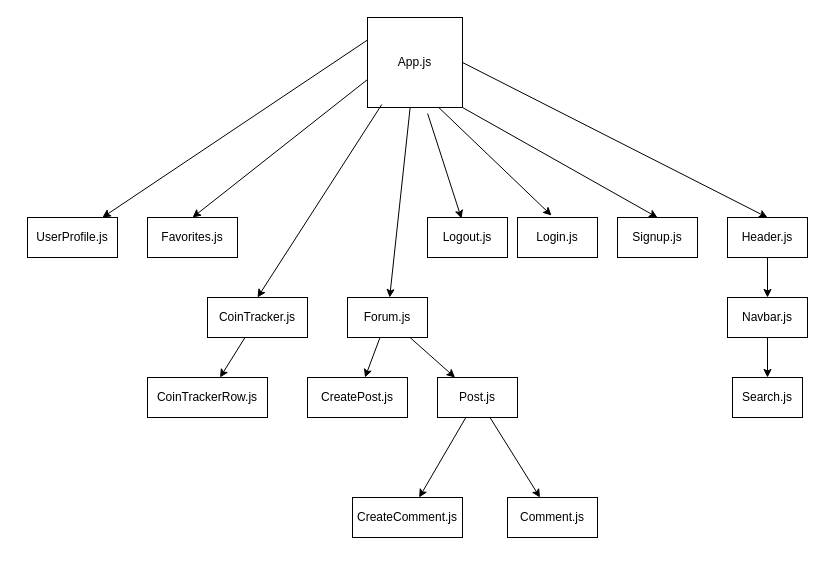
Above: page "React components" (2 of 2) of association-diagram.drawio in mikestarrdev/Crypto-Portal (draw.io), before the change. Source tidied: cells renumbered, new cells numbered last; positions are measured from the earlier drawing's top-left corner, leaving out a move shared by most shapes. Both pictures are drawn from the tidied source at 100%, with x=0, y=0 at pixel (27, 17).
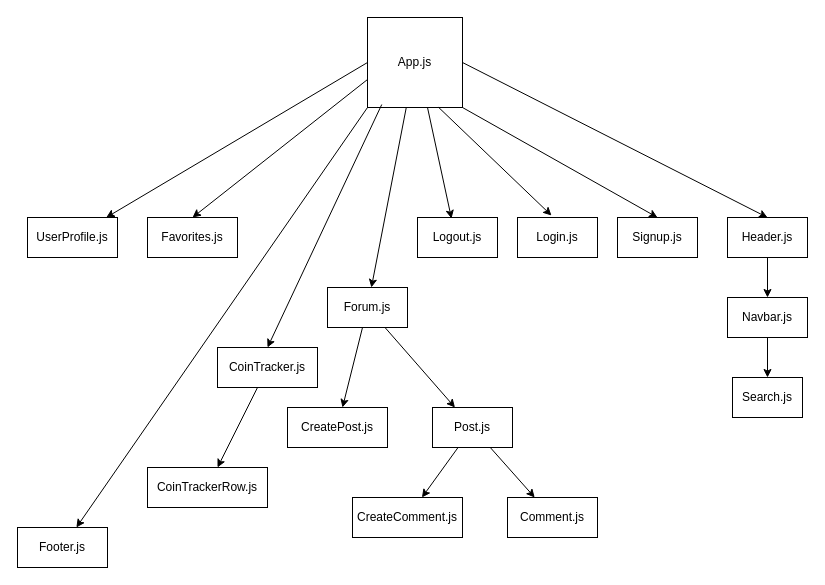
After the change.

The change refers to these unchanged cells:
```xml
<mxCell id="5" value="App.js" style="rounded=0;whiteSpace=wrap;html=1;" parent="1" vertex="1">
  <mxGeometry x="340" width="95" height="90" as="geometry" />
</mxCell>
<mxCell id="28" value="UserProfile.js" style="rounded=0;whiteSpace=wrap;html=1;" parent="1" vertex="1">
  <mxGeometry y="200" width="90" height="40" as="geometry" />
</mxCell>
```

Change to the diagram source:
```diff
@@
-    <mxCell id="4" style="edgeStyle=none;html=1;exitX=0;exitY=0.25;exitDx=0;exitDy=0;" parent="1" edge="1" source="5" target="28">
+    <mxCell id="4" style="edgeStyle=none;html=1;exitX=0;exitY=0.5;exitDx=0;exitDy=0;" parent="1" edge="1" source="5" target="28">
       <mxGeometry relative="1" as="geometry" />
     </mxCell>
+    <mxCell id="33" style="edgeStyle=none;html=1;exitX=0;exitY=1;exitDx=0;exitDy=0;" parent="1" edge="1" source="5" target="34">
+      <mxGeometry relative="1" as="geometry" />
+    </mxCell>
@@
     <mxCell id="14" value="CoinTracker.js" style="rounded=0;whiteSpace=wrap;html=1;" parent="1" vertex="1">
-      <mxGeometry x="180" y="280" width="100" height="40" as="geometry" />
+      <mxGeometry x="190" y="330" width="100" height="40" as="geometry" />
     </mxCell>
@@
     <mxCell id="19" value="Forum.js" style="rounded=0;whiteSpace=wrap;html=1;" parent="1" vertex="1">
-      <mxGeometry x="320" y="280" width="80" height="40" as="geometry" />
+      <mxGeometry x="300" y="270" width="80" height="40" as="geometry" />
     </mxCell>
     <mxCell id="20" value="CreatePost.js" style="rounded=0;whiteSpace=wrap;html=1;" parent="1" vertex="1">
-      <mxGeometry x="280" y="360" width="100" height="40" as="geometry" />
+      <mxGeometry x="260" y="390" width="100" height="40" as="geometry" />
     </mxCell>
@@
     <mxCell id="25" value="Post.js" style="rounded=0;whiteSpace=wrap;html=1;" parent="1" vertex="1">
-      <mxGeometry x="410" y="360" width="80" height="40" as="geometry" />
+      <mxGeometry x="405" y="390" width="80" height="40" as="geometry" />
     </mxCell>
@@
     <mxCell id="29" value="CoinTrackerRow.js" style="rounded=0;whiteSpace=wrap;html=1;" parent="1" vertex="1">
-      <mxGeometry x="120" y="360" width="120" height="40" as="geometry" />
+      <mxGeometry x="120" y="450" width="120" height="40" as="geometry" />
     </mxCell>
-    <mxCell id="30" style="edgeStyle=none;html=1;exitX=0.633;exitY=1.067;exitDx=0;exitDy=0;exitPerimeter=0;entryX=0.425;entryY=0.025;entryDx=0;entryDy=0;entryPerimeter=0;" parent="1" edge="1" source="5" target="32">
-      <mxGeometry relative="1" as="geometry" />
+    <mxCell id="30" style="edgeStyle=none;html=1;entryX=0.425;entryY=0.025;entryDx=0;entryDy=0;entryPerimeter=0;" parent="1" edge="1" target="32">
+      <mxGeometry relative="1" as="geometry">
+        <mxPoint x="400" y="90" as="sourcePoint" />
+      </mxGeometry>
     </mxCell>
@@
     <mxCell id="32" value="Logout.js" style="rounded=0;whiteSpace=wrap;html=1;" parent="1" vertex="1">
-      <mxGeometry x="400" y="200" width="80" height="40" as="geometry" />
+      <mxGeometry x="390" y="200" width="80" height="40" as="geometry" />
     </mxCell>
+    <mxCell id="34" value="Footer.js" style="rounded=0;whiteSpace=wrap;html=1;" parent="1" vertex="1">
+      <mxGeometry x="-10" y="510" width="90" height="40" as="geometry" />
+    </mxCell>
```
